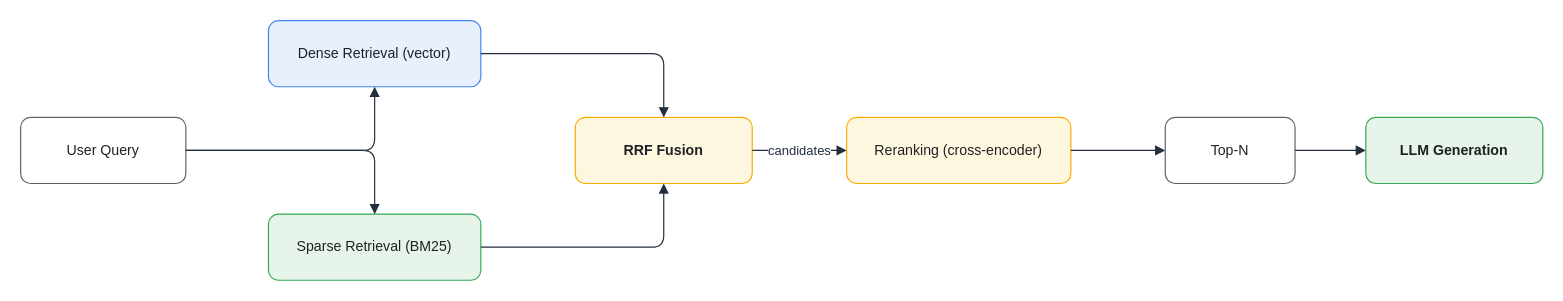
KKamJi98/kkamji98.github.io keeps this draw.io diagram as assets/img/ai/rag-04-hybrid-rerank.drawio. Above is the earlier version. Source tidied: cells renumbered, new cells numbered last; positions are measured from the earlier drawing's top-left corner, leaving out a move shared by most shapes. Both pictures are drawn from the tidied source at 118%, with x=0, y=0 at pixel (20, 20).
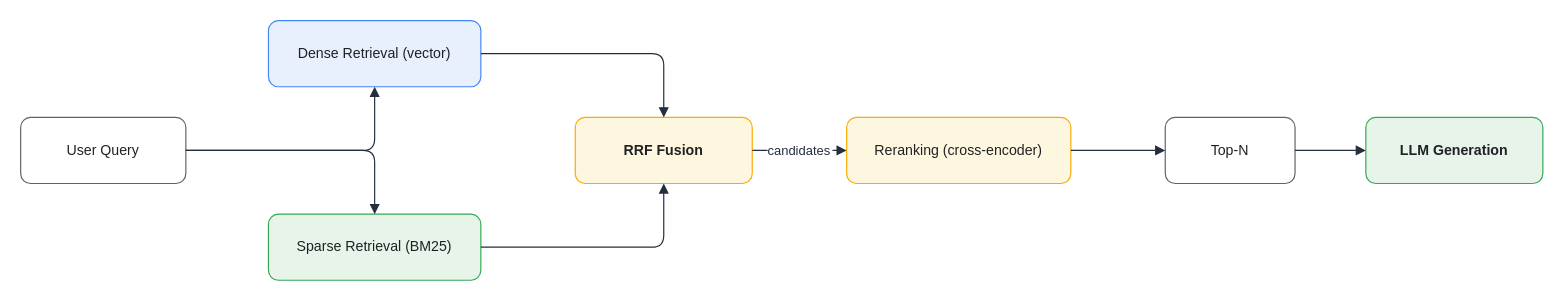
Above is the later version.

Change to the diagram source:
```diff
@@
 <mxGraphModel>
   <root>
     <mxCell id="0" />
     <mxCell id="1" parent="0" />
     <mxCell id="2" value="User Query" style="rounded=1;whiteSpace=wrap;html=1;fillColor=#FFFFFF;strokeColor=#5F6368;shadow=0;fontSize=12;fontColor=#202124;" parent="1" vertex="1">
       <mxGeometry y="82" width="140" height="56" as="geometry" />
     </mxCell>
     <mxCell id="3" value="Dense Retrieval (vector)" style="rounded=1;whiteSpace=wrap;html=1;fillColor=#E8F0FE;strokeColor=#4285F4;shadow=0;fontSize=12;fontColor=#202124;" parent="1" vertex="1">
       <mxGeometry x="210" width="180" height="56" as="geometry" />
     </mxCell>
     <mxCell id="4" value="Sparse Retrieval (BM25)" style="rounded=1;whiteSpace=wrap;html=1;fillColor=#E6F4EA;strokeColor=#34A853;shadow=0;fontSize=12;fontColor=#202124;" parent="1" vertex="1">
       <mxGeometry x="210" y="164" width="180" height="56" as="geometry" />
     </mxCell>
     <mxCell id="5" value="RRF Fusion" style="rounded=1;whiteSpace=wrap;html=1;fillColor=#FEF7E0;strokeColor=#F9AB00;shadow=0;fontSize=12;fontColor=#202124;fontStyle=1;" parent="1" vertex="1">
       <mxGeometry x="470" y="82" width="150" height="56" as="geometry" />
     </mxCell>
     <mxCell id="6" value="Reranking (cross-encoder)" style="rounded=1;whiteSpace=wrap;html=1;fillColor=#FEF7E0;strokeColor=#F9AB00;shadow=0;fontSize=12;fontColor=#202124;" parent="1" vertex="1">
       <mxGeometry x="700" y="82" width="190" height="56" as="geometry" />
     </mxCell>
     <mxCell id="7" value="Top-N" style="rounded=1;whiteSpace=wrap;html=1;fillColor=#FFFFFF;strokeColor=#5F6368;shadow=0;fontSize=12;fontColor=#202124;" parent="1" vertex="1">
       <mxGeometry x="970" y="82" width="110" height="56" as="geometry" />
     </mxCell>
     <mxCell id="8" value="LLM Generation" style="rounded=1;whiteSpace=wrap;html=1;fillColor=#E6F4EA;strokeColor=#34A853;shadow=0;fontSize=12;fontColor=#202124;fontStyle=1;" parent="1" vertex="1">
       <mxGeometry x="1140" y="82" width="150" height="56" as="geometry" />
     </mxCell>
     <mxCell id="9" style="edgeStyle=orthogonalEdgeStyle;rounded=1;html=1;endArrow=block;strokeColor=#232F3E;fontColor=#232F3E;" parent="1" edge="1" source="2" target="3">
       <mxGeometry relative="1" as="geometry" />
     </mxCell>
     <mxCell id="10" style="edgeStyle=orthogonalEdgeStyle;rounded=1;html=1;endArrow=block;strokeColor=#232F3E;fontColor=#232F3E;" parent="1" edge="1" source="2" target="4">
       <mxGeometry relative="1" as="geometry" />
     </mxCell>
     <mxCell id="11" style="edgeStyle=orthogonalEdgeStyle;rounded=1;html=1;endArrow=block;strokeColor=#232F3E;fontColor=#232F3E;" parent="1" edge="1" source="3" target="5">
       <mxGeometry relative="1" as="geometry" />
     </mxCell>
     <mxCell id="12" style="edgeStyle=orthogonalEdgeStyle;rounded=1;html=1;endArrow=block;strokeColor=#232F3E;fontColor=#232F3E;" parent="1" edge="1" source="4" target="5">
       <mxGeometry relative="1" as="geometry" />
     </mxCell>
-    <mxCell id="13" value="candidates" style="edgeStyle=orthogonalEdgeStyle;rounded=1;html=1;endArrow=block;strokeColor=#232F3E;fontColor=#232F3E;fontSize=11;labelBackgroundColor=#FFFFFF;" parent="1" edge="1" source="5" target="6">
+    <mxCell id="13" value="candidates" style="edgeStyle=orthogonalEdgeStyle;rounded=1;html=0;endArrow=block;strokeColor=#232F3E;fontColor=#232F3E;fontSize=11;labelBackgroundColor=#FFFFFF;" parent="1" edge="1" source="5" target="6">
       <mxGeometry relative="1" as="geometry" />
     </mxCell>
     <mxCell id="14" style="edgeStyle=orthogonalEdgeStyle;rounded=1;html=1;endArrow=block;strokeColor=#232F3E;fontColor=#232F3E;" parent="1" edge="1" source="6" target="7">
       <mxGeometry relative="1" as="geometry" />
     </mxCell>
     <mxCell id="15" style="edgeStyle=orthogonalEdgeStyle;rounded=1;html=1;endArrow=block;strokeColor=#232F3E;fontColor=#232F3E;" parent="1" edge="1" source="7" target="8">
       <mxGeometry relative="1" as="geometry" />
     </mxCell>
   </root>
 </mxGraphModel>
```
